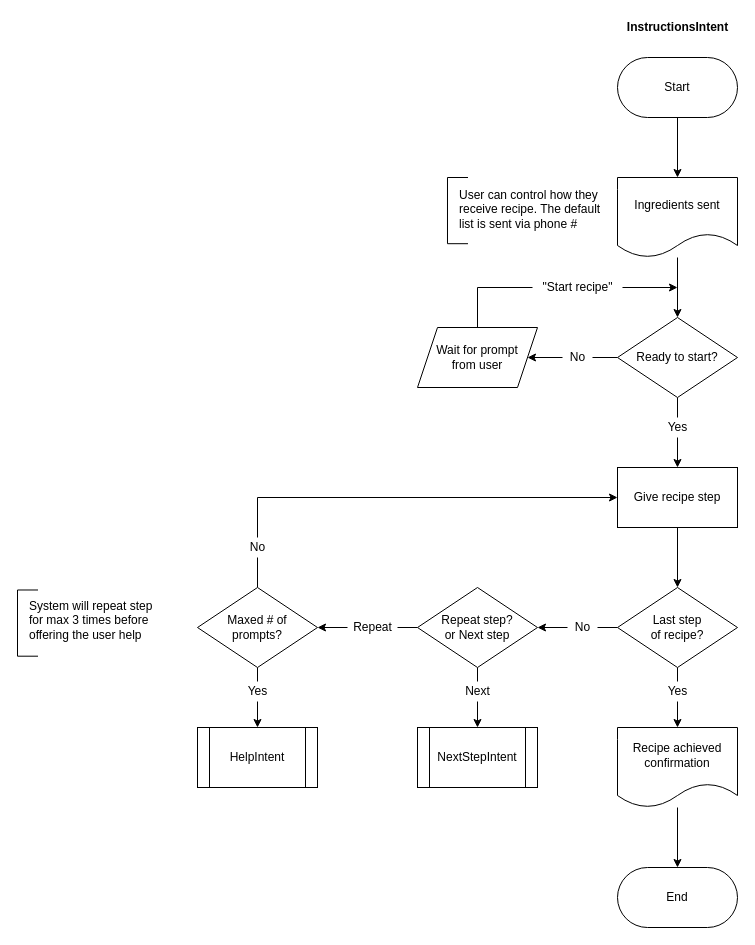
The draw.io diagram instructions-intent.drawio in denaetions/stacked, before the edit. Source tidied: cells renumbered, new cells numbered last; positions are measured from the earlier drawing's top-left corner, leaving out a move shared by most shapes. Both pictures are drawn from the tidied source at 100%, with x=0, y=0 at pixel (-6, 17).
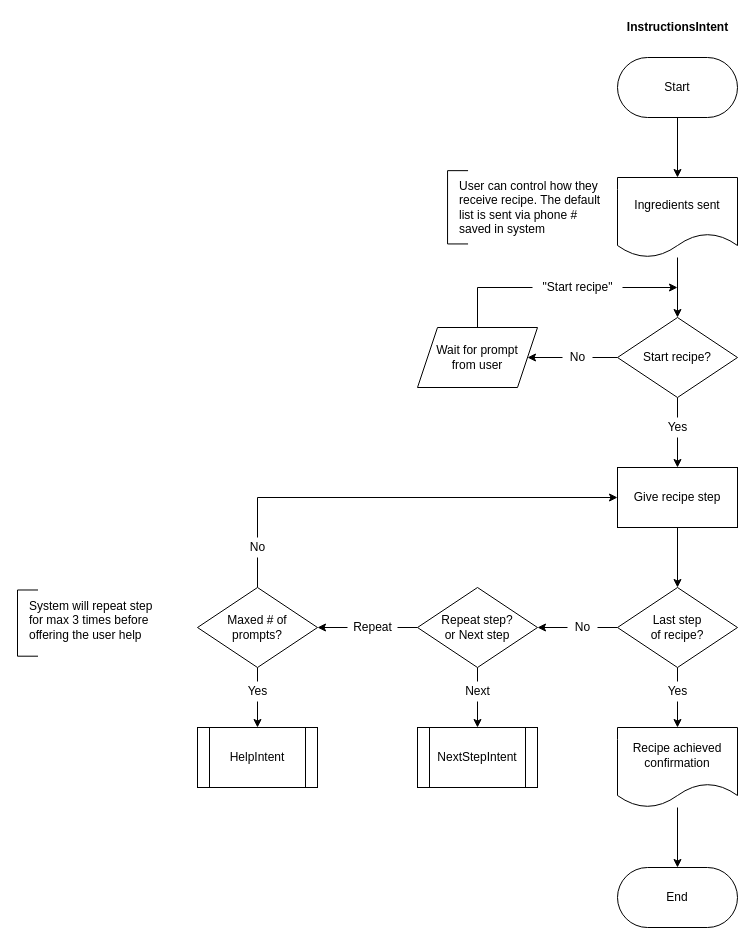
After the change.

The edit, as a diff of the source:
```diff
@@
-    <mxCell id="29" value="Ready to start?" style="rhombus;whiteSpace=wrap;html=1;" parent="1" vertex="1">
+    <mxCell id="29" value="Start recipe?" style="rhombus;whiteSpace=wrap;html=1;" parent="1" vertex="1">
       <mxGeometry x="623" y="300" width="120" height="80" as="geometry" />
     </mxCell>
@@
-    <mxCell id="39" value="User can control how they&lt;br&gt;receive recipe. The default&lt;br&gt;list is sent via phone #" style="text;html=1;align=left;verticalAlign=middle;" parent="1" vertex="1">
-      <mxGeometry x="463" y="167" width="160" height="50" as="geometry" />
+    <mxCell id="39" value="User can control how they&lt;br&gt;receive recipe. The default&lt;br&gt;list is sent via phone #&lt;br&gt;saved in system" style="text;html=1;align=left;verticalAlign=middle;" parent="1" vertex="1">
+      <mxGeometry x="463" y="160" width="160" height="60" as="geometry" />
     </mxCell>
     <mxCell id="40" style="shape=partialRectangle;whiteSpace=wrap;html=1;bottom=1;right=1;left=1;top=0;fillColor=none;routingCenterX=-0.5;rotation=90;" parent="1" vertex="1">
-      <mxGeometry x="429.9" y="183.1" width="66.2" height="20" as="geometry" />
+      <mxGeometry x="426.4" y="179.8" width="73.3" height="20" as="geometry" />
     </mxCell>
```
